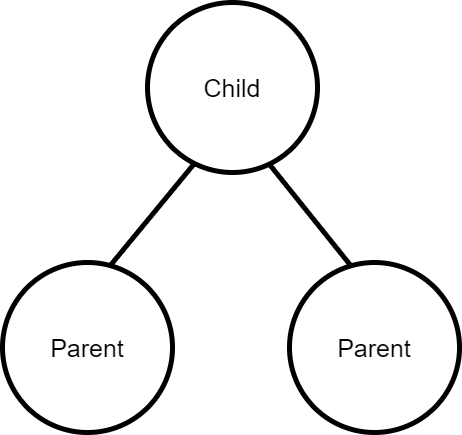
Above: assets/diagrams/node.png in brandon-gamble/drawing_machine (draw.io), before the change. Source tidied: cells renumbered, new cells last; positions are measured from the earlier drawing's top-left corner, leaving out a move shared by most shapes.
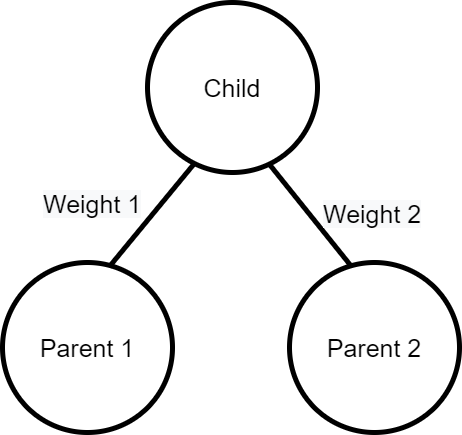
The same diagram one commit later.

What changed in the source:
```diff
@@ -5,10 +5,10 @@
     <mxCell id="2" value="&lt;font style=&quot;font-size: 25px&quot;&gt;Child&lt;/font&gt;" style="ellipse;whiteSpace=wrap;html=1;strokeWidth=5;" parent="1" vertex="1">
       <mxGeometry x="145" width="170" height="170" as="geometry" />
     </mxCell>
-    <mxCell id="3" value="&lt;font style=&quot;font-size: 25px&quot;&gt;Parent&lt;/font&gt;" style="ellipse;whiteSpace=wrap;html=1;strokeWidth=5;" parent="1" vertex="1">
+    <mxCell id="3" value="&lt;font style=&quot;font-size: 25px&quot;&gt;Parent 1&lt;/font&gt;" style="ellipse;whiteSpace=wrap;html=1;strokeWidth=5;" parent="1" vertex="1">
       <mxGeometry y="260" width="170" height="170" as="geometry" />
     </mxCell>
-    <mxCell id="4" value="&lt;font style=&quot;font-size: 25px&quot;&gt;Parent&lt;/font&gt;" style="ellipse;whiteSpace=wrap;html=1;strokeWidth=5;" parent="1" vertex="1">
+    <mxCell id="4" value="&lt;font style=&quot;font-size: 25px&quot;&gt;Parent 2&lt;/font&gt;" style="ellipse;whiteSpace=wrap;html=1;strokeWidth=5;" parent="1" vertex="1">
       <mxGeometry x="287" y="260" width="170" height="170" as="geometry" />
     </mxCell>
     <mxCell id="5" style="endArrow=none;html=1;rounded=0;fontSize=25;strokeWidth=5;exitX=0.629;exitY=0.024;exitDx=0;exitDy=0;exitPerimeter=0;entryX=0.271;entryY=0.953;entryDx=0;entryDy=0;entryPerimeter=0;" parent="1" edge="1" source="3" target="2">
@@ -17,5 +17,11 @@
     <mxCell id="6" style="endArrow=none;html=1;rounded=0;fontSize=25;strokeWidth=5;exitX=0.365;exitY=0.024;exitDx=0;exitDy=0;exitPerimeter=0;entryX=0.718;entryY=0.953;entryDx=0;entryDy=0;entryPerimeter=0;" parent="1" edge="1" source="4" target="2">
       <mxGeometry relative="1" as="geometry" />
     </mxCell>
+    <mxCell id="7" value="&lt;span style=&quot;color: rgb(0 , 0 , 0) ; font-family: &amp;#34;helvetica&amp;#34; ; font-size: 25px ; font-style: normal ; font-weight: 400 ; letter-spacing: normal ; text-align: center ; text-indent: 0px ; text-transform: none ; word-spacing: 0px ; background-color: rgb(248 , 249 , 250) ; display: inline ; float: none&quot;&gt;Weight 2&lt;/span&gt;" style="text;whiteSpace=wrap;html=1;" parent="1" vertex="1">
+      <mxGeometry x="319" y="190" width="120" height="30" as="geometry" />
+    </mxCell>
+    <mxCell id="8" value="&lt;span style=&quot;color: rgb(0 , 0 , 0) ; font-family: &amp;#34;helvetica&amp;#34; ; font-size: 25px ; font-style: normal ; font-weight: 400 ; letter-spacing: normal ; text-align: center ; text-indent: 0px ; text-transform: none ; word-spacing: 0px ; background-color: rgb(248 , 249 , 250) ; display: inline ; float: none&quot;&gt;Weight 1&lt;/span&gt;" style="text;whiteSpace=wrap;html=1;" parent="1" vertex="1">
+      <mxGeometry x="39" y="180" width="120" height="30" as="geometry" />
+    </mxCell>
   </root>
 </mxGraphModel>
```
